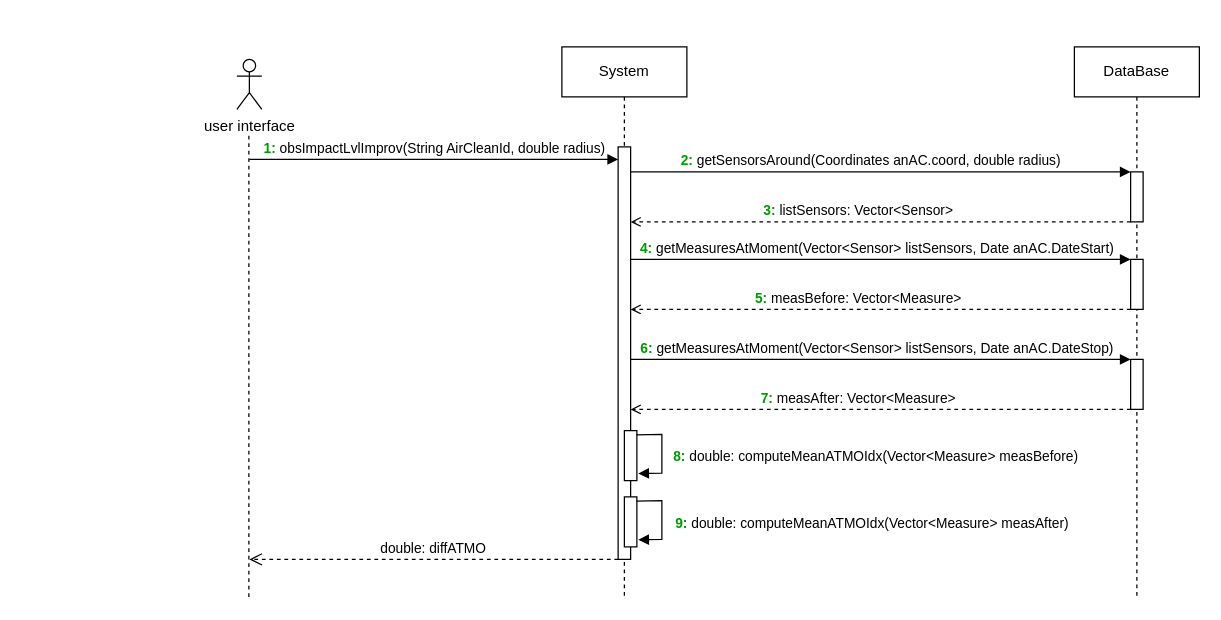
Above: UML stuff/seqDiagObsImpLvl.drawio in NourJadiri/AirWatcher (draw.io), before the change. Source tidied: cells renumbered, new cells numbered last; positions are measured from the earlier drawing's top-left corner, leaving out a move shared by most shapes. Both pictures are drawn from the tidied source at 125%, with x=0, y=0 at pixel (236, 46).
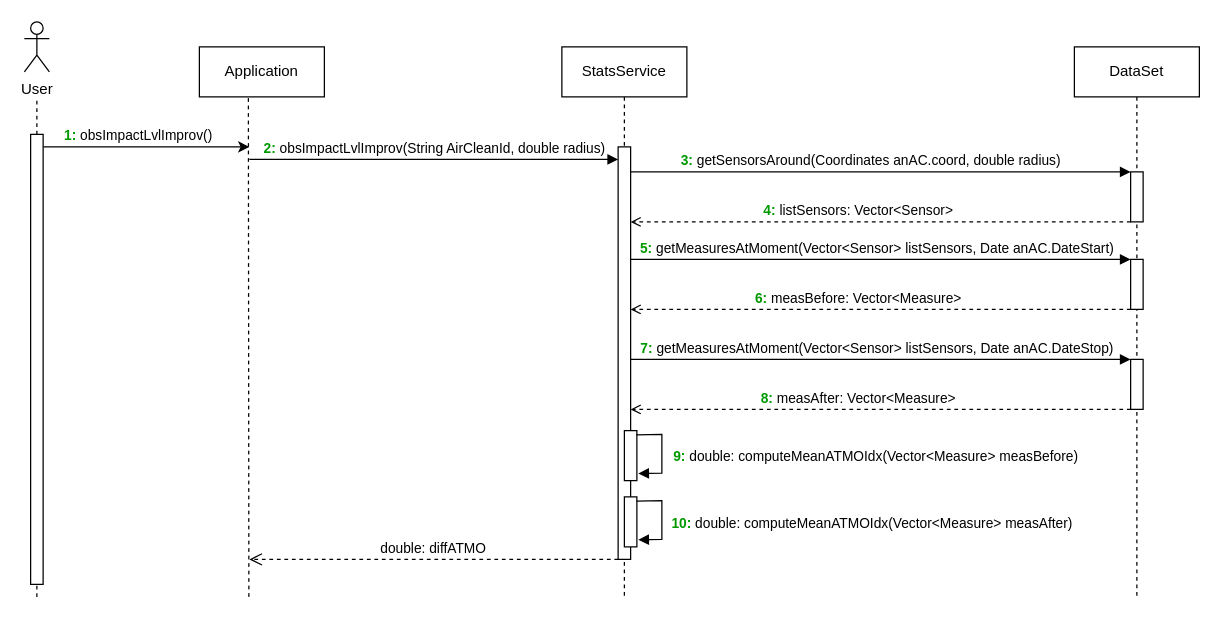
Above is the later version.

The change refers to these unchanged cells:
```xml
<mxCell id="3" style="html=1;points=[];perimeter=orthogonalPerimeter;outlineConnect=0;targetShapes=umlLifeline;portConstraint=eastwest;newEdgeStyle={&quot;edgeStyle&quot;:&quot;elbowEdgeStyle&quot;,&quot;elbow&quot;:&quot;vertical&quot;,&quot;curved&quot;:0,&quot;rounded&quot;:0};" parent="2" vertex="1">
  <mxGeometry x="45" y="80" width="10" height="330" as="geometry" />
</mxCell>
<mxCell id="11" style="endArrow=block;html=1;rounded=0;endFill=1;" parent="1" edge="1" target="9">
  <mxGeometry relative="1" as="geometry">
    <mxPoint x="315" y="100" as="sourcePoint" />
    <Array as="points">
      <mxPoint x="595" y="100" />
    </Array>
  </mxGeometry>
</mxCell>
<mxCell id="13" style="endArrow=open;html=1;rounded=0;endFill=0;dashed=1;" parent="1" edge="1" source="9">
  <mxGeometry relative="1" as="geometry">
    <mxPoint x="315" y="140" as="targetPoint" />
    <Array as="points">
      <mxPoint x="475" y="140" />
    </Array>
  </mxGeometry>
</mxCell>
<mxCell id="15" style="endArrow=block;html=1;rounded=0;endFill=1;" parent="1" edge="1" target="10">
  <mxGeometry relative="1" as="geometry">
    <mxPoint x="315" y="170" as="sourcePoint" />
    <Array as="points">
      <mxPoint x="570" y="170" />
    </Array>
  </mxGeometry>
</mxCell>
<mxCell id="17" style="endArrow=open;html=1;rounded=0;endFill=0;dashed=1;" parent="1" edge="1" source="10">
  <mxGeometry relative="1" as="geometry">
    <mxPoint x="315" y="210" as="targetPoint" />
    <Array as="points">
      <mxPoint x="475" y="210" />
    </Array>
  </mxGeometry>
</mxCell>
<mxCell id="20" style="endArrow=block;html=1;rounded=0;exitX=0.967;exitY=0.083;exitDx=0;exitDy=0;entryX=1.111;entryY=0.858;entryDx=0;entryDy=0;entryPerimeter=0;exitPerimeter=0;endFill=1;" parent="1" edge="1" source="19" target="19">
  <mxGeometry relative="1" as="geometry">
    <Array as="points">
      <mxPoint x="340" y="310" />
      <mxPoint x="340" y="341" />
    </Array>
  </mxGeometry>
</mxCell>
<mxCell id="23" style="endArrow=block;html=1;rounded=0;endFill=1;" parent="1" edge="1" target="22">
  <mxGeometry relative="1" as="geometry">
    <mxPoint x="315" y="250" as="sourcePoint" />
    <Array as="points">
      <mxPoint x="570" y="250" />
    </Array>
  </mxGeometry>
</mxCell>
<mxCell id="25" style="endArrow=open;html=1;rounded=0;endFill=0;dashed=1;" parent="1" edge="1" source="22">
  <mxGeometry relative="1" as="geometry">
    <mxPoint x="315" y="290" as="targetPoint" />
    <Array as="points">
      <mxPoint x="475" y="290" />
    </Array>
  </mxGeometry>
</mxCell>
<mxCell id="28" style="endArrow=block;html=1;rounded=0;exitX=0.967;exitY=0.083;exitDx=0;exitDy=0;entryX=1.111;entryY=0.858;entryDx=0;entryDy=0;entryPerimeter=0;exitPerimeter=0;endFill=1;" parent="1" edge="1" source="27" target="27">
  <mxGeometry relative="1" as="geometry">
    <Array as="points">
      <mxPoint x="340" y="363" />
      <mxPoint x="340" y="394" />
    </Array>
  </mxGeometry>
</mxCell>
```

What changed in the source:
```diff
@@
-    <mxCell id="2" value="System" style="shape=umlLifeline;perimeter=lifelinePerimeter;whiteSpace=wrap;html=1;newEdgeStyle={&quot;edgeStyle&quot;:&quot;elbowEdgeStyle&quot;,&quot;elbow&quot;:&quot;vertical&quot;,&quot;curved&quot;:0,&quot;rounded&quot;:0};" parent="1" vertex="1">
+    <mxCell id="2" value="StatsService" style="shape=umlLifeline;perimeter=lifelinePerimeter;whiteSpace=wrap;html=1;newEdgeStyle={&quot;edgeStyle&quot;:&quot;elbowEdgeStyle&quot;,&quot;elbow&quot;:&quot;vertical&quot;,&quot;curved&quot;:0,&quot;rounded&quot;:0};" parent="1" vertex="1">
       <mxGeometry x="260" width="100" height="440" as="geometry" />
     </mxCell>
@@
-    <mxCell id="4" value="&lt;font style=&quot;border-color: var(--border-color);&quot; color=&quot;#009900&quot;&gt;&lt;b style=&quot;border-color: var(--border-color);&quot;&gt;1:&lt;/b&gt;&lt;/font&gt;&lt;font style=&quot;border-color: var(--border-color);&quot; color=&quot;#99ff99&quot;&gt;&amp;nbsp;&lt;/font&gt;obsImpactLvlImprov(String AirCleanId, double radius)" style="html=1;verticalAlign=bottom;endArrow=block;edgeStyle=elbowEdgeStyle;elbow=vertical;curved=0;rounded=0;" parent="1" edge="1" target="3">
+    <mxCell id="4" value="&lt;font color=&quot;#009900&quot; style=&quot;border-color: var(--border-color); caret-color: rgb(0, 153, 0);&quot;&gt;&lt;b&gt;2:&lt;/b&gt;&lt;/font&gt;&lt;font style=&quot;border-color: var(--border-color);&quot; color=&quot;#99ff99&quot;&gt;&amp;nbsp;&lt;/font&gt;obsImpactLvlImprov(String AirCleanId, double radius)" style="html=1;verticalAlign=bottom;endArrow=block;edgeStyle=elbowEdgeStyle;elbow=vertical;curved=0;rounded=0;" parent="1" edge="1" target="3">
       <mxGeometry relative="1" as="geometry">
         <mxPoint x="10" y="90" as="sourcePoint" />
         <Array as="points">
-          <mxPoint x="140" y="90" />
+          <mxPoint x="30" y="90" />
         </Array>
       </mxGeometry>
     </mxCell>
@@
-    <mxCell id="6" value="DataBase" style="shape=umlLifeline;perimeter=lifelinePerimeter;whiteSpace=wrap;html=1;newEdgeStyle={&quot;edgeStyle&quot;:&quot;elbowEdgeStyle&quot;,&quot;elbow&quot;:&quot;vertical&quot;,&quot;curved&quot;:0,&quot;rounded&quot;:0};" parent="1" vertex="1">
+    <mxCell id="6" value="DataSet" style="shape=umlLifeline;perimeter=lifelinePerimeter;whiteSpace=wrap;html=1;newEdgeStyle={&quot;edgeStyle&quot;:&quot;elbowEdgeStyle&quot;,&quot;elbow&quot;:&quot;vertical&quot;,&quot;curved&quot;:0,&quot;rounded&quot;:0};" parent="1" vertex="1">
       <mxGeometry x="670" width="100" height="440" as="geometry" />
     </mxCell>
-    <mxCell id="7" value="user interface" style="shape=umlActor;verticalLabelPosition=bottom;verticalAlign=top;html=1;" parent="1" vertex="1">
-      <mxGeometry y="10" width="20" height="40" as="geometry" />
-    </mxCell>
-    <mxCell id="8" style="endArrow=none;dashed=1;html=1;rounded=0;" parent="1" edge="1">
+    <mxCell id="8" style="endArrow=none;dashed=1;html=1;rounded=0;entryX=0.392;entryY=0.988;entryDx=0;entryDy=0;entryPerimeter=0;" parent="1" edge="1" target="34">
       <mxGeometry relative="1" as="geometry">
         <mxPoint x="9.6" y="440" as="sourcePoint" />
-        <mxPoint x="9.6" y="69" as="targetPoint" />
       </mxGeometry>
     </mxCell>
@@
-    <mxCell id="12" value="&lt;font style=&quot;border-color: var(--border-color);&quot; color=&quot;#009900&quot;&gt;&lt;b style=&quot;border-color: var(--border-color);&quot;&gt;2:&lt;/b&gt;&lt;/font&gt;&lt;font style=&quot;border-color: var(--border-color);&quot; color=&quot;#99ff99&quot;&gt;&amp;nbsp;&lt;/font&gt;getSensorsAround(Coordinates anAC.coord, double radius)" style="edgeLabel;html=1;align=center;verticalAlign=middle;" parent="11" vertex="1">
+    <mxCell id="12" value="&lt;font style=&quot;border-color: var(--border-color);&quot; color=&quot;#009900&quot;&gt;&lt;b style=&quot;border-color: var(--border-color);&quot;&gt;3:&lt;/b&gt;&lt;/font&gt;&lt;font style=&quot;border-color: var(--border-color);&quot; color=&quot;#99ff99&quot;&gt;&amp;nbsp;&lt;/font&gt;getSensorsAround(Coordinates anAC.coord, double radius)" style="edgeLabel;html=1;align=center;verticalAlign=middle;" parent="11" vertex="1">
       <mxGeometry x="-0.41" y="2" relative="1" as="geometry">
         <mxPoint x="73" y="-8" as="offset" />
       </mxGeometry>
     </mxCell>
@@
-    <mxCell id="14" value="&lt;font style=&quot;border-color: var(--border-color);&quot; color=&quot;#009900&quot;&gt;&lt;b style=&quot;border-color: var(--border-color);&quot;&gt;3:&lt;/b&gt;&lt;/font&gt;&lt;font style=&quot;border-color: var(--border-color);&quot; color=&quot;#99ff99&quot;&gt;&amp;nbsp;&lt;/font&gt;listSensors: Vector&amp;lt;Sensor&amp;gt;" style="edgeLabel;html=1;align=center;verticalAlign=middle;" parent="13" vertex="1">
+    <mxCell id="14" value="&lt;font style=&quot;border-color: var(--border-color);&quot; color=&quot;#009900&quot;&gt;&lt;b style=&quot;border-color: var(--border-color);&quot;&gt;4:&lt;/b&gt;&lt;/font&gt;&lt;font style=&quot;border-color: var(--border-color);&quot; color=&quot;#99ff99&quot;&gt;&amp;nbsp;&lt;/font&gt;listSensors: Vector&amp;lt;Sensor&amp;gt;" style="edgeLabel;html=1;align=center;verticalAlign=middle;" parent="13" vertex="1">
       <mxGeometry x="0.28" y="1" relative="1" as="geometry">
         <mxPoint x="37" y="-11" as="offset" />
       </mxGeometry>
     </mxCell>
@@
-    <mxCell id="16" value="&lt;font style=&quot;border-color: var(--border-color);&quot; color=&quot;#009900&quot;&gt;&lt;b style=&quot;border-color: var(--border-color);&quot;&gt;4:&lt;/b&gt;&lt;/font&gt;&lt;font style=&quot;border-color: var(--border-color);&quot; color=&quot;#99ff99&quot;&gt;&amp;nbsp;&lt;/font&gt;getMeasuresAtMoment(Vector&amp;lt;Sensor&amp;gt; listSensors, Date anAC.DateStart)" style="edgeLabel;html=1;align=center;verticalAlign=middle;" parent="15" vertex="1">
+    <mxCell id="16" value="&lt;font style=&quot;border-color: var(--border-color);&quot; color=&quot;#009900&quot;&gt;&lt;b style=&quot;border-color: var(--border-color);&quot;&gt;5:&lt;/b&gt;&lt;/font&gt;&lt;font style=&quot;border-color: var(--border-color);&quot; color=&quot;#99ff99&quot;&gt;&amp;nbsp;&lt;/font&gt;getMeasuresAtMoment(Vector&amp;lt;Sensor&amp;gt; listSensors, Date anAC.DateStart)" style="edgeLabel;html=1;align=center;verticalAlign=middle;" parent="15" vertex="1">
       <mxGeometry x="-0.41" y="2" relative="1" as="geometry">
         <mxPoint x="78" y="-8" as="offset" />
       </mxGeometry>
     </mxCell>
@@
-    <mxCell id="18" value="&lt;font style=&quot;border-color: var(--border-color);&quot; color=&quot;#009900&quot;&gt;&lt;b style=&quot;border-color: var(--border-color);&quot;&gt;5:&lt;/b&gt;&lt;/font&gt;&lt;font style=&quot;border-color: var(--border-color);&quot; color=&quot;#99ff99&quot;&gt;&amp;nbsp;&lt;/font&gt;measBefore: Vector&amp;lt;Measure&amp;gt;" style="edgeLabel;html=1;align=center;verticalAlign=middle;" parent="17" vertex="1">
+    <mxCell id="18" value="&lt;font style=&quot;border-color: var(--border-color);&quot; color=&quot;#009900&quot;&gt;&lt;b style=&quot;border-color: var(--border-color);&quot;&gt;6:&lt;/b&gt;&lt;/font&gt;&lt;font style=&quot;border-color: var(--border-color);&quot; color=&quot;#99ff99&quot;&gt;&amp;nbsp;&lt;/font&gt;measBefore: Vector&amp;lt;Measure&amp;gt;" style="edgeLabel;html=1;align=center;verticalAlign=middle;" parent="17" vertex="1">
       <mxGeometry x="0.28" y="1" relative="1" as="geometry">
         <mxPoint x="37" y="-11" as="offset" />
       </mxGeometry>
     </mxCell>
@@
-    <mxCell id="21" value="&lt;font style=&quot;border-color: var(--border-color);&quot; color=&quot;#009900&quot;&gt;&lt;b style=&quot;border-color: var(--border-color);&quot;&gt;8:&lt;/b&gt;&lt;/font&gt;&lt;font style=&quot;border-color: var(--border-color);&quot; color=&quot;#99ff99&quot;&gt;&amp;nbsp;&lt;/font&gt;double: computeMeanATMOIdx(Vector&amp;lt;Measure&amp;gt; measBefore)" style="edgeLabel;html=1;align=center;verticalAlign=middle;" parent="20" vertex="1">
+    <mxCell id="21" value="&lt;font style=&quot;border-color: var(--border-color);&quot; color=&quot;#009900&quot;&gt;&lt;b style=&quot;border-color: var(--border-color);&quot;&gt;9:&lt;/b&gt;&lt;/font&gt;&lt;font style=&quot;border-color: var(--border-color);&quot; color=&quot;#99ff99&quot;&gt;&amp;nbsp;&lt;/font&gt;double: computeMeanATMOIdx(Vector&amp;lt;Measure&amp;gt; measBefore)" style="edgeLabel;html=1;align=center;verticalAlign=middle;" parent="20" vertex="1">
       <mxGeometry x="0.02" y="2" relative="1" as="geometry">
         <mxPoint x="168" y="2" as="offset" />
       </mxGeometry>
     </mxCell>
@@
-    <mxCell id="24" value="&lt;font style=&quot;border-color: var(--border-color);&quot; color=&quot;#009900&quot;&gt;&lt;b style=&quot;border-color: var(--border-color);&quot;&gt;6:&lt;/b&gt;&lt;/font&gt;&lt;font style=&quot;border-color: var(--border-color);&quot; color=&quot;#99ff99&quot;&gt;&amp;nbsp;&lt;/font&gt;getMeasuresAtMoment(Vector&amp;lt;Sensor&amp;gt; listSensors, Date anAC.DateStop)" style="edgeLabel;html=1;align=center;verticalAlign=middle;" parent="23" vertex="1">
+    <mxCell id="24" value="&lt;font style=&quot;border-color: var(--border-color);&quot; color=&quot;#009900&quot;&gt;&lt;b style=&quot;border-color: var(--border-color);&quot;&gt;7:&lt;/b&gt;&lt;/font&gt;&lt;font style=&quot;border-color: var(--border-color);&quot; color=&quot;#99ff99&quot;&gt;&amp;nbsp;&lt;/font&gt;getMeasuresAtMoment(Vector&amp;lt;Sensor&amp;gt; listSensors, Date anAC.DateStop)" style="edgeLabel;html=1;align=center;verticalAlign=middle;" parent="23" vertex="1">
       <mxGeometry x="-0.41" y="2" relative="1" as="geometry">
         <mxPoint x="78" y="-8" as="offset" />
       </mxGeometry>
     </mxCell>
@@
-    <mxCell id="26" value="&lt;font style=&quot;border-color: var(--border-color);&quot; color=&quot;#009900&quot;&gt;&lt;b style=&quot;border-color: var(--border-color);&quot;&gt;7:&lt;/b&gt;&lt;/font&gt;&lt;font style=&quot;border-color: var(--border-color);&quot; color=&quot;#99ff99&quot;&gt;&amp;nbsp;&lt;/font&gt;measAfter: Vector&amp;lt;Measure&amp;gt;" style="edgeLabel;html=1;align=center;verticalAlign=middle;" parent="25" vertex="1">
+    <mxCell id="26" value="&lt;font style=&quot;border-color: var(--border-color);&quot; color=&quot;#009900&quot;&gt;&lt;b style=&quot;border-color: var(--border-color);&quot;&gt;8:&lt;/b&gt;&lt;/font&gt;&lt;font style=&quot;border-color: var(--border-color);&quot; color=&quot;#99ff99&quot;&gt;&amp;nbsp;&lt;/font&gt;measAfter: Vector&amp;lt;Measure&amp;gt;" style="edgeLabel;html=1;align=center;verticalAlign=middle;" parent="25" vertex="1">
       <mxGeometry x="0.28" y="1" relative="1" as="geometry">
         <mxPoint x="37" y="-11" as="offset" />
       </mxGeometry>
     </mxCell>
@@
-    <mxCell id="29" value="&lt;font style=&quot;border-color: var(--border-color);&quot; color=&quot;#009900&quot;&gt;&lt;b style=&quot;border-color: var(--border-color);&quot;&gt;9:&lt;/b&gt;&lt;/font&gt;&lt;font style=&quot;border-color: var(--border-color);&quot; color=&quot;#99ff99&quot;&gt;&amp;nbsp;&lt;/font&gt;double: computeMeanATMOIdx(Vector&amp;lt;Measure&amp;gt; measAfter)" style="edgeLabel;html=1;align=center;verticalAlign=middle;" parent="28" vertex="1">
+    <mxCell id="29" value="&lt;font style=&quot;border-color: var(--border-color);&quot; color=&quot;#009900&quot;&gt;&lt;b style=&quot;border-color: var(--border-color);&quot;&gt;10:&lt;/b&gt;&lt;/font&gt;&lt;font style=&quot;border-color: var(--border-color);&quot; color=&quot;#99ff99&quot;&gt;&amp;nbsp;&lt;/font&gt;double: computeMeanATMOIdx(Vector&amp;lt;Measure&amp;gt; measAfter)" style="edgeLabel;html=1;align=center;verticalAlign=middle;" parent="28" vertex="1">
       <mxGeometry x="0.02" y="2" relative="1" as="geometry">
         <mxPoint x="165" y="2" as="offset" />
       </mxGeometry>
     </mxCell>
+    <mxCell id="30" value="User" style="shape=umlActor;verticalLabelPosition=bottom;verticalAlign=top;html=1;" parent="1" vertex="1">
+      <mxGeometry x="-170" y="-20" width="20" height="40" as="geometry" />
+    </mxCell>
+    <mxCell id="31" style="endArrow=none;dashed=1;html=1;rounded=0;" parent="1" edge="1" source="33">
+      <mxGeometry relative="1" as="geometry">
+        <mxPoint x="-160" y="40" as="targetPoint" />
+      </mxGeometry>
+    </mxCell>
+    <mxCell id="32" style="endArrow=none;dashed=1;html=1;rounded=0;" parent="1" edge="1" target="33">
+      <mxGeometry relative="1" as="geometry">
+        <mxPoint x="-160" y="440" as="sourcePoint" />
+      </mxGeometry>
+    </mxCell>
+    <mxCell id="33" style="rounded=0;whiteSpace=wrap;html=1;" parent="1" vertex="1">
+      <mxGeometry x="-165" y="70" width="10" height="360" as="geometry" />
+    </mxCell>
+    <mxCell id="34" value="Application" style="rounded=0;whiteSpace=wrap;html=1;" parent="1" vertex="1">
+      <mxGeometry x="-30" width="100" height="40" as="geometry" />
+    </mxCell>
+    <mxCell id="35" style="endArrow=classic;html=1;rounded=0;" parent="1" edge="1">
+      <mxGeometry relative="1" as="geometry">
+        <mxPoint x="-155" y="80" as="sourcePoint" />
+        <mxPoint x="10" y="80" as="targetPoint" />
+      </mxGeometry>
+    </mxCell>
+    <mxCell id="36" value="&lt;b style=&quot;border-color: var(--border-color); caret-color: rgb(0, 153, 0); color: rgb(0, 153, 0);&quot;&gt;1:&amp;nbsp;&lt;/b&gt;obsImpactLvlImprov()" style="edgeLabel;html=1;align=center;verticalAlign=middle;" parent="35" vertex="1">
+      <mxGeometry x="-0.15" y="2" relative="1" as="geometry">
+        <mxPoint x="5" y="-8" as="offset" />
+      </mxGeometry>
+    </mxCell>
```
